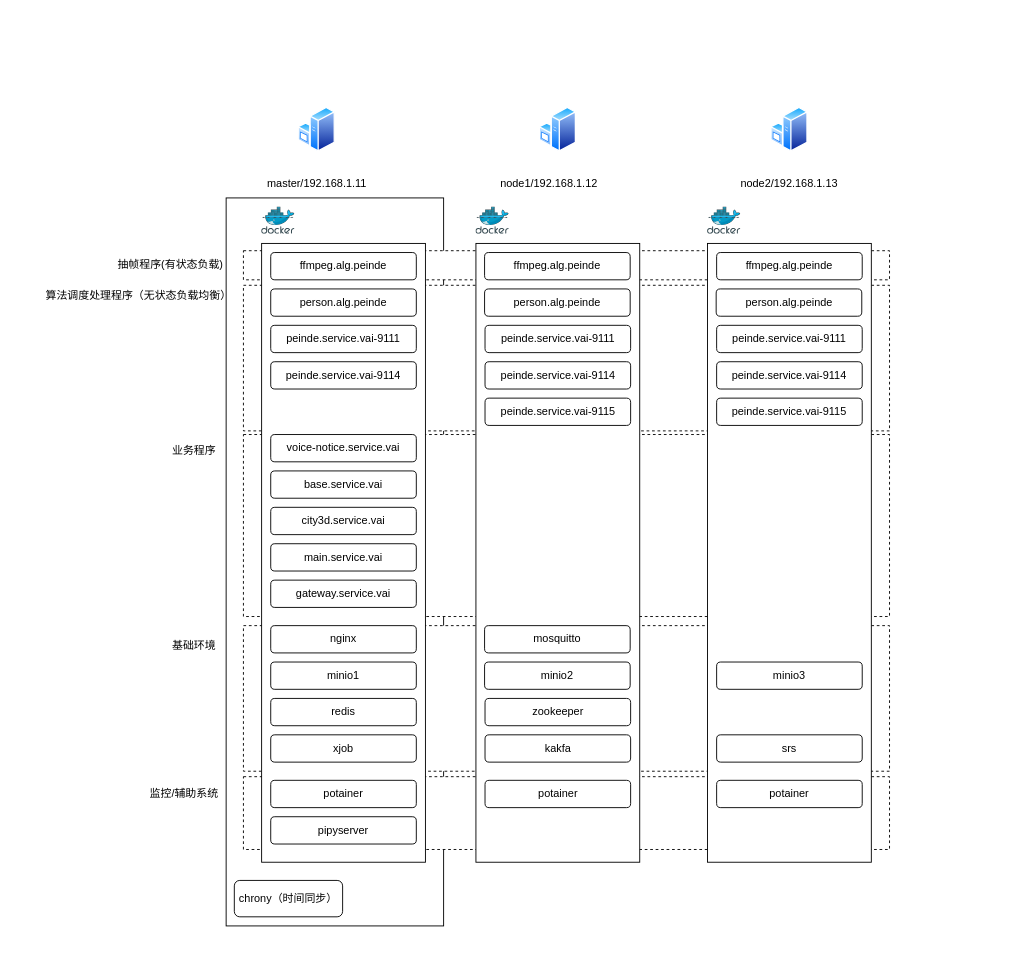
liz2m/draw.images keeps this draw.io diagram as 周界检测部署服务结构图.drawio. Above is the earlier version. Source tidied: cells renumbered, new cells numbered last; positions are measured from the earlier drawing's top-left corner, leaving out a move shared by most shapes. Both pictures are drawn from the tidied source at 91%, with x=0, y=0 at pixel (43, 106).
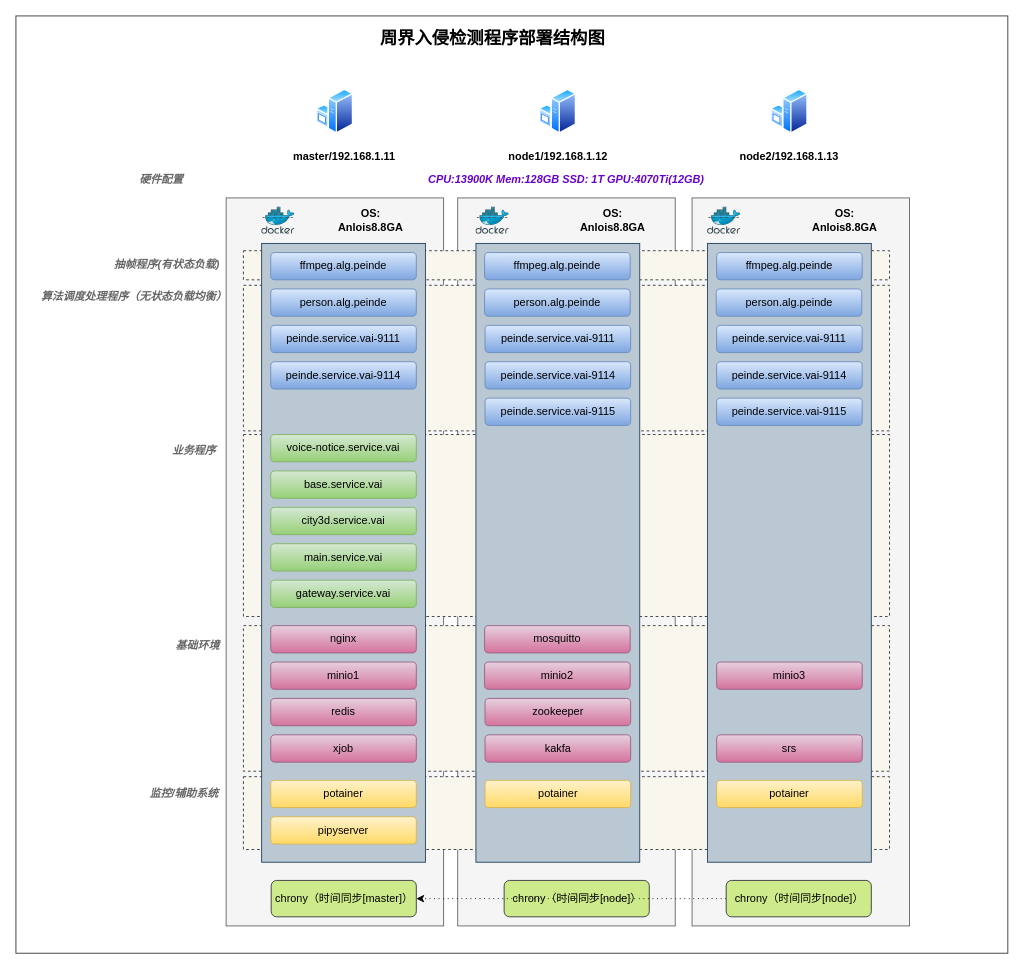
The same page after the edit.

Commit message:
Update 周界检测部署服务结构图.drawio

What changed in the source:
```diff
@@
+    <mxCell id="60" style="rounded=0;whiteSpace=wrap;html=1;fillColor=#FFFFFF;strokeColor=#36393d;" parent="1" vertex="1">
+      <mxGeometry x="-30" y="-100" width="1090" height="1030" as="geometry" />
+    </mxCell>
+    <mxCell id="61" style="rounded=0;whiteSpace=wrap;html=1;fillColor=#f5f5f5;fontColor=#333333;strokeColor=#666666;" parent="1" vertex="1">
+      <mxGeometry x="713" y="100" width="239" height="800" as="geometry" />
+    </mxCell>
+    <mxCell id="62" style="rounded=0;whiteSpace=wrap;html=1;fillColor=#f5f5f5;fontColor=#333333;strokeColor=#666666;" parent="1" vertex="1">
+      <mxGeometry x="455.5" y="100" width="239" height="800" as="geometry" />
+    </mxCell>
-    <mxCell id="2" style="rounded=0;whiteSpace=wrap;html=1;" parent="1" vertex="1">
+    <mxCell id="2" style="rounded=0;whiteSpace=wrap;html=1;fillColor=#f5f5f5;fontColor=#333333;strokeColor=#666666;" parent="1" vertex="1">
       <mxGeometry x="201" y="100" width="239" height="800" as="geometry" />
     </mxCell>
-    <mxCell id="3" style="rounded=0;whiteSpace=wrap;html=1;dashed=1;" parent="1" vertex="1">
+    <mxCell id="3" style="rounded=0;whiteSpace=wrap;html=1;dashed=1;fillColor=#f9f7ed;strokeColor=#36393d;" parent="1" vertex="1">
       <mxGeometry x="220" y="736" width="710" height="80" as="geometry" />
     </mxCell>
-    <mxCell id="4" style="rounded=0;whiteSpace=wrap;html=1;dashed=1;" parent="1" vertex="1">
+    <mxCell id="4" style="rounded=0;whiteSpace=wrap;html=1;dashed=1;fillColor=#f9f7ed;strokeColor=#36393d;" parent="1" vertex="1">
       <mxGeometry x="220" y="570" width="710" height="160" as="geometry" />
     </mxCell>
-    <mxCell id="5" style="rounded=0;whiteSpace=wrap;html=1;dashed=1;" parent="1" vertex="1">
+    <mxCell id="5" style="rounded=0;whiteSpace=wrap;html=1;dashed=1;fillColor=#f9f7ed;strokeColor=#36393d;" parent="1" vertex="1">
       <mxGeometry x="220" y="360" width="710" height="200" as="geometry" />
     </mxCell>
-    <mxCell id="6" style="rounded=0;whiteSpace=wrap;html=1;dashed=1;" parent="1" vertex="1">
+    <mxCell id="6" style="rounded=0;whiteSpace=wrap;html=1;dashed=1;fillColor=#f9f7ed;strokeColor=#36393d;" parent="1" vertex="1">
       <mxGeometry x="220" y="158" width="710" height="32" as="geometry" />
     </mxCell>
-    <mxCell id="7" style="rounded=0;whiteSpace=wrap;html=1;dashed=1;" parent="1" vertex="1">
+    <mxCell id="7" style="rounded=0;whiteSpace=wrap;html=1;dashed=1;fillColor=#f9f7ed;strokeColor=#36393d;" parent="1" vertex="1">
       <mxGeometry x="220" y="196" width="710" height="160" as="geometry" />
     </mxCell>
-    <mxCell id="8" style="rounded=0;whiteSpace=wrap;html=1;" parent="1" vertex="1">
+    <mxCell id="8" style="rounded=0;whiteSpace=wrap;html=1;fillColor=#bac8d3;strokeColor=#23445d;" parent="1" vertex="1">
       <mxGeometry x="240" y="150" width="180" height="680" as="geometry" />
     </mxCell>
-    <mxCell id="9" style="rounded=0;whiteSpace=wrap;html=1;" parent="1" vertex="1">
+    <mxCell id="9" style="rounded=0;whiteSpace=wrap;html=1;fillColor=#bac8d3;strokeColor=#23445d;" parent="1" vertex="1">
       <mxGeometry x="475.5" y="150" width="180" height="680" as="geometry" />
     </mxCell>
-    <mxCell id="10" style="rounded=0;whiteSpace=wrap;html=1;" parent="1" vertex="1">
+    <mxCell id="10" style="rounded=0;whiteSpace=wrap;html=1;fillColor=#bac8d3;strokeColor=#23445d;" parent="1" vertex="1">
       <mxGeometry x="730" y="150" width="180" height="680" as="geometry" />
     </mxCell>
@@
     <mxCell id="12" style="image;perimeter=ellipsePerimeter;html=1;align=center;shadow=0;dashed=0;spacingTop=3;image=img/lib/active_directory/windows_server.svg;" parent="1" vertex="1">
-      <mxGeometry x="280" width="41" height="50" as="geometry" />
+      <mxGeometry x="300" y="-20" width="41" height="50" as="geometry" />
     </mxCell>
     <mxCell id="13" style="image;perimeter=ellipsePerimeter;html=1;align=center;shadow=0;dashed=0;spacingTop=3;image=img/lib/active_directory/windows_server.svg;" parent="1" vertex="1">
-      <mxGeometry x="545" width="41" height="50" as="geometry" />
+      <mxGeometry x="545" y="-20" width="41" height="50" as="geometry" />
     </mxCell>
     <mxCell id="14" style="image;perimeter=ellipsePerimeter;html=1;align=center;shadow=0;dashed=0;spacingTop=3;image=img/lib/active_directory/windows_server.svg;" parent="1" vertex="1">
-      <mxGeometry x="799.5" width="41" height="50" as="geometry" />
+      <mxGeometry x="799.5" y="-20" width="41" height="50" as="geometry" />
     </mxCell>
-    <mxCell id="15" value="master/192.168.1.11" style="text;html=1;strokeColor=none;fillColor=none;align=center;verticalAlign=middle;whiteSpace=wrap;rounded=0;" parent="1" vertex="1">
-      <mxGeometry x="270.5" y="70" width="60" height="30" as="geometry" />
+    <mxCell id="15" value="master/192.168.1.11" style="text;html=1;strokeColor=none;fillColor=none;align=center;verticalAlign=middle;whiteSpace=wrap;rounded=0;fontStyle=1;" parent="1" vertex="1">
+      <mxGeometry x="245.5" y="40" width="169.5" height="30" as="geometry" />
     </mxCell>
-    <mxCell id="16" value="node1/192.168.1.12" style="text;html=1;strokeColor=none;fillColor=none;align=center;verticalAlign=middle;whiteSpace=wrap;rounded=0;" parent="1" vertex="1">
-      <mxGeometry x="526" y="70" width="60" height="30" as="geometry" />
+    <mxCell id="16" value="node1/192.168.1.12" style="text;html=1;strokeColor=none;fillColor=none;align=center;verticalAlign=middle;whiteSpace=wrap;rounded=0;fontStyle=1;" parent="1" vertex="1">
+      <mxGeometry x="535.5" y="40" width="60" height="30" as="geometry" />
     </mxCell>
-    <mxCell id="17" value="node2/192.168.1.13" style="text;html=1;strokeColor=none;fillColor=none;align=center;verticalAlign=middle;whiteSpace=wrap;rounded=0;" parent="1" vertex="1">
-      <mxGeometry x="790" y="70" width="60" height="30" as="geometry" />
+    <mxCell id="17" value="node2/192.168.1.13" style="text;html=1;strokeColor=none;fillColor=none;align=center;verticalAlign=middle;whiteSpace=wrap;rounded=0;fontStyle=1;" parent="1" vertex="1">
+      <mxGeometry x="790" y="40" width="60" height="30" as="geometry" />
     </mxCell>
-    <mxCell id="18" value="ffmpeg.alg.peinde" style="rounded=1;whiteSpace=wrap;html=1;" parent="1" vertex="1">
+    <mxCell id="18" value="ffmpeg.alg.peinde" style="rounded=1;whiteSpace=wrap;html=1;fillColor=#dae8fc;gradientColor=#7ea6e0;strokeColor=#6c8ebf;" parent="1" vertex="1">
       <mxGeometry x="250" y="160" width="160" height="30" as="geometry" />
     </mxCell>
-    <mxCell id="19" value="person.alg.peinde" style="rounded=1;whiteSpace=wrap;html=1;" parent="1" vertex="1">
+    <mxCell id="19" value="person.alg.peinde" style="rounded=1;whiteSpace=wrap;html=1;fillColor=#dae8fc;gradientColor=#7ea6e0;strokeColor=#6c8ebf;" parent="1" vertex="1">
       <mxGeometry x="250" y="200" width="160" height="30" as="geometry" />
     </mxCell>
-    <mxCell id="20" value="peinde.service.vai-9111" style="rounded=1;whiteSpace=wrap;html=1;" parent="1" vertex="1">
+    <mxCell id="20" value="peinde.service.vai-9111" style="rounded=1;whiteSpace=wrap;html=1;fillColor=#dae8fc;gradientColor=#7ea6e0;strokeColor=#6c8ebf;" parent="1" vertex="1">
       <mxGeometry x="250" y="240" width="160" height="30" as="geometry" />
     </mxCell>
-    <mxCell id="21" value="peinde.service.vai-9114" style="rounded=1;whiteSpace=wrap;html=1;" parent="1" vertex="1">
+    <mxCell id="21" value="peinde.service.vai-9114" style="rounded=1;whiteSpace=wrap;html=1;fillColor=#dae8fc;gradientColor=#7ea6e0;strokeColor=#6c8ebf;" parent="1" vertex="1">
       <mxGeometry x="250" y="280" width="160" height="30" as="geometry" />
     </mxCell>
-    <mxCell id="22" value="voice-notice.service.vai" style="rounded=1;whiteSpace=wrap;html=1;" parent="1" vertex="1">
+    <mxCell id="22" value="voice-notice.service.vai" style="rounded=1;whiteSpace=wrap;html=1;fillColor=#d5e8d4;gradientColor=#97d077;strokeColor=#82b366;" parent="1" vertex="1">
       <mxGeometry x="250" y="360" width="160" height="30" as="geometry" />
     </mxCell>
-    <mxCell id="23" value="base.service.vai" style="rounded=1;whiteSpace=wrap;html=1;" parent="1" vertex="1">
+    <mxCell id="23" value="base.service.vai" style="rounded=1;whiteSpace=wrap;html=1;fillColor=#d5e8d4;gradientColor=#97d077;strokeColor=#82b366;" parent="1" vertex="1">
       <mxGeometry x="250" y="400" width="160" height="30" as="geometry" />
     </mxCell>
-    <mxCell id="24" value="city3d.service.vai" style="rounded=1;whiteSpace=wrap;html=1;" parent="1" vertex="1">
+    <mxCell id="24" value="city3d.service.vai" style="rounded=1;whiteSpace=wrap;html=1;fillColor=#d5e8d4;gradientColor=#97d077;strokeColor=#82b366;" parent="1" vertex="1">
       <mxGeometry x="250" y="440" width="160" height="30" as="geometry" />
     </mxCell>
-    <mxCell id="25" value="main.service.vai" style="rounded=1;whiteSpace=wrap;html=1;" parent="1" vertex="1">
+    <mxCell id="25" value="main.service.vai" style="rounded=1;whiteSpace=wrap;html=1;fillColor=#d5e8d4;gradientColor=#97d077;strokeColor=#82b366;" parent="1" vertex="1">
       <mxGeometry x="250" y="480" width="160" height="30" as="geometry" />
     </mxCell>
-    <mxCell id="26" value="gateway.service.vai" style="rounded=1;whiteSpace=wrap;html=1;" parent="1" vertex="1">
+    <mxCell id="26" value="gateway.service.vai" style="rounded=1;whiteSpace=wrap;html=1;fillColor=#d5e8d4;gradientColor=#97d077;strokeColor=#82b366;" parent="1" vertex="1">
       <mxGeometry x="250" y="520" width="160" height="30" as="geometry" />
     </mxCell>
-    <mxCell id="27" value="nginx" style="rounded=1;whiteSpace=wrap;html=1;" parent="1" vertex="1">
+    <mxCell id="27" value="nginx" style="rounded=1;whiteSpace=wrap;html=1;fillColor=#e6d0de;gradientColor=#d5739d;strokeColor=#996185;" parent="1" vertex="1">
       <mxGeometry x="250" y="570" width="160" height="30" as="geometry" />
     </mxCell>
-    <mxCell id="28" value="minio1" style="rounded=1;whiteSpace=wrap;html=1;" parent="1" vertex="1">
+    <mxCell id="28" value="minio1" style="rounded=1;whiteSpace=wrap;html=1;fillColor=#e6d0de;gradientColor=#d5739d;strokeColor=#996185;" parent="1" vertex="1">
       <mxGeometry x="250" y="610" width="160" height="30" as="geometry" />
     </mxCell>
-    <mxCell id="29" value="redis" style="rounded=1;whiteSpace=wrap;html=1;" parent="1" vertex="1">
+    <mxCell id="29" value="redis" style="rounded=1;whiteSpace=wrap;html=1;fillColor=#e6d0de;gradientColor=#d5739d;strokeColor=#996185;" parent="1" vertex="1">
       <mxGeometry x="250" y="650" width="160" height="30" as="geometry" />
     </mxCell>
-    <mxCell id="30" value="xjob" style="rounded=1;whiteSpace=wrap;html=1;" parent="1" vertex="1">
+    <mxCell id="30" value="xjob" style="rounded=1;whiteSpace=wrap;html=1;fillColor=#e6d0de;gradientColor=#d5739d;strokeColor=#996185;" parent="1" vertex="1">
       <mxGeometry x="250" y="690" width="160" height="30" as="geometry" />
     </mxCell>
-    <mxCell id="31" value="potainer" style="rounded=1;whiteSpace=wrap;html=1;" parent="1" vertex="1">
+    <mxCell id="31" value="potainer" style="rounded=1;whiteSpace=wrap;html=1;fillColor=#fff2cc;gradientColor=#ffd966;strokeColor=#d6b656;" parent="1" vertex="1">
       <mxGeometry x="250" y="740" width="160" height="30" as="geometry" />
     </mxCell>
-    <mxCell id="32" value="ffmpeg.alg.peinde" style="rounded=1;whiteSpace=wrap;html=1;" parent="1" vertex="1">
+    <mxCell id="32" value="ffmpeg.alg.peinde" style="rounded=1;whiteSpace=wrap;html=1;fillColor=#dae8fc;gradientColor=#7ea6e0;strokeColor=#6c8ebf;" parent="1" vertex="1">
       <mxGeometry x="485" y="160" width="160" height="30" as="geometry" />
     </mxCell>
-    <mxCell id="33" value="person.alg.peinde" style="rounded=1;whiteSpace=wrap;html=1;" parent="1" vertex="1">
+    <mxCell id="33" value="person.alg.peinde" style="rounded=1;whiteSpace=wrap;html=1;fillColor=#dae8fc;gradientColor=#7ea6e0;strokeColor=#6c8ebf;" parent="1" vertex="1">
       <mxGeometry x="485" y="200" width="160" height="30" as="geometry" />
     </mxCell>
-    <mxCell id="34" value="peinde.service.vai-9111" style="rounded=1;whiteSpace=wrap;html=1;" parent="1" vertex="1">
+    <mxCell id="34" value="peinde.service.vai-9111" style="rounded=1;whiteSpace=wrap;html=1;fillColor=#dae8fc;gradientColor=#7ea6e0;strokeColor=#6c8ebf;" parent="1" vertex="1">
       <mxGeometry x="485.5" y="240" width="160" height="30" as="geometry" />
     </mxCell>
-    <mxCell id="35" value="peinde.service.vai-9114" style="rounded=1;whiteSpace=wrap;html=1;" parent="1" vertex="1">
+    <mxCell id="35" value="peinde.service.vai-9114" style="rounded=1;whiteSpace=wrap;html=1;fillColor=#dae8fc;gradientColor=#7ea6e0;strokeColor=#6c8ebf;" parent="1" vertex="1">
       <mxGeometry x="485.5" y="280" width="160" height="30" as="geometry" />
     </mxCell>
-    <mxCell id="36" value="peinde.service.vai-9115" style="rounded=1;whiteSpace=wrap;html=1;" parent="1" vertex="1">
+    <mxCell id="36" value="peinde.service.vai-9115" style="rounded=1;whiteSpace=wrap;html=1;fillColor=#dae8fc;gradientColor=#7ea6e0;strokeColor=#6c8ebf;" parent="1" vertex="1">
       <mxGeometry x="485.5" y="320" width="160" height="30" as="geometry" />
     </mxCell>
-    <mxCell id="37" value="minio2" style="rounded=1;whiteSpace=wrap;html=1;" parent="1" vertex="1">
+    <mxCell id="37" value="minio2" style="rounded=1;whiteSpace=wrap;html=1;fillColor=#e6d0de;gradientColor=#d5739d;strokeColor=#996185;" parent="1" vertex="1">
       <mxGeometry x="485" y="610" width="160" height="30" as="geometry" />
     </mxCell>
@@
-    <mxCell id="39" value="mosquitto" style="rounded=1;whiteSpace=wrap;html=1;" parent="1" vertex="1">
+    <mxCell id="39" value="mosquitto" style="rounded=1;whiteSpace=wrap;html=1;fillColor=#e6d0de;gradientColor=#d5739d;strokeColor=#996185;" parent="1" vertex="1">
       <mxGeometry x="485" y="570" width="160" height="30" as="geometry" />
     </mxCell>
-    <mxCell id="40" value="zookeeper" style="rounded=1;whiteSpace=wrap;html=1;" parent="1" vertex="1">
+    <mxCell id="40" value="zookeeper" style="rounded=1;whiteSpace=wrap;html=1;fillColor=#e6d0de;gradientColor=#d5739d;strokeColor=#996185;" parent="1" vertex="1">
       <mxGeometry x="485.5" y="650" width="160" height="30" as="geometry" />
     </mxCell>
-    <mxCell id="41" value="kakfa" style="rounded=1;whiteSpace=wrap;html=1;" parent="1" vertex="1">
+    <mxCell id="41" value="kakfa" style="rounded=1;whiteSpace=wrap;html=1;fillColor=#e6d0de;gradientColor=#d5739d;strokeColor=#996185;" parent="1" vertex="1">
       <mxGeometry x="485.5" y="690" width="160" height="30" as="geometry" />
     </mxCell>
-    <mxCell id="42" value="ffmpeg.alg.peinde" style="rounded=1;whiteSpace=wrap;html=1;" parent="1" vertex="1">
+    <mxCell id="42" value="ffmpeg.alg.peinde" style="rounded=1;whiteSpace=wrap;html=1;fillColor=#dae8fc;gradientColor=#7ea6e0;strokeColor=#6c8ebf;" parent="1" vertex="1">
       <mxGeometry x="740" y="160" width="160" height="30" as="geometry" />
     </mxCell>
-    <mxCell id="43" value="person.alg.peinde" style="rounded=1;whiteSpace=wrap;html=1;" parent="1" vertex="1">
+    <mxCell id="43" value="person.alg.peinde" style="rounded=1;whiteSpace=wrap;html=1;fillColor=#dae8fc;gradientColor=#7ea6e0;strokeColor=#6c8ebf;" parent="1" vertex="1">
       <mxGeometry x="739.5" y="200" width="160" height="30" as="geometry" />
     </mxCell>
-    <mxCell id="44" value="peinde.service.vai-9111" style="rounded=1;whiteSpace=wrap;html=1;" parent="1" vertex="1">
+    <mxCell id="44" value="peinde.service.vai-9111" style="rounded=1;whiteSpace=wrap;html=1;fillColor=#dae8fc;gradientColor=#7ea6e0;strokeColor=#6c8ebf;" parent="1" vertex="1">
       <mxGeometry x="740" y="240" width="160" height="30" as="geometry" />
     </mxCell>
-    <mxCell id="45" value="peinde.service.vai-9114" style="rounded=1;whiteSpace=wrap;html=1;" parent="1" vertex="1">
+    <mxCell id="45" value="peinde.service.vai-9114" style="rounded=1;whiteSpace=wrap;html=1;fillColor=#dae8fc;gradientColor=#7ea6e0;strokeColor=#6c8ebf;" parent="1" vertex="1">
       <mxGeometry x="740" y="280" width="160" height="30" as="geometry" />
     </mxCell>
-    <mxCell id="46" value="peinde.service.vai-9115" style="rounded=1;whiteSpace=wrap;html=1;" parent="1" vertex="1">
+    <mxCell id="46" value="peinde.service.vai-9115" style="rounded=1;whiteSpace=wrap;html=1;fillColor=#dae8fc;gradientColor=#7ea6e0;strokeColor=#6c8ebf;" parent="1" vertex="1">
       <mxGeometry x="740" y="320" width="160" height="30" as="geometry" />
     </mxCell>
@@
-    <mxCell id="49" value="minio3" style="rounded=1;whiteSpace=wrap;html=1;" parent="1" vertex="1">
+    <mxCell id="49" value="minio3" style="rounded=1;whiteSpace=wrap;html=1;fillColor=#e6d0de;gradientColor=#d5739d;strokeColor=#996185;" parent="1" vertex="1">
       <mxGeometry x="740" y="610" width="160" height="30" as="geometry" />
     </mxCell>
-    <mxCell id="50" value="srs" style="rounded=1;whiteSpace=wrap;html=1;" parent="1" vertex="1">
+    <mxCell id="50" value="srs" style="rounded=1;whiteSpace=wrap;html=1;fillColor=#e6d0de;gradientColor=#d5739d;strokeColor=#996185;" parent="1" vertex="1">
       <mxGeometry x="740" y="690" width="160" height="30" as="geometry" />
     </mxCell>
-    <mxCell id="51" value="抽帧程序(有状态负载)" style="text;html=1;strokeColor=none;fillColor=none;align=center;verticalAlign=middle;whiteSpace=wrap;rounded=0;" parent="1" vertex="1">
-      <mxGeometry x="70" y="160" width="140" height="28" as="geometry" />
+    <mxCell id="51" value="抽帧程序(有状态负载)" style="text;html=1;strokeColor=none;fillColor=none;align=center;verticalAlign=middle;whiteSpace=wrap;rounded=0;fontStyle=3;fontColor=#666666;" parent="1" vertex="1">
+      <mxGeometry x="66" y="160" width="140" height="28" as="geometry" />
     </mxCell>
-    <mxCell id="52" value="算法调度处理程序（无状态负载均衡）" style="text;html=1;strokeColor=none;fillColor=none;align=center;verticalAlign=middle;whiteSpace=wrap;rounded=0;" parent="1" vertex="1">
-      <mxGeometry y="190" width="210" height="36" as="geometry" />
+    <mxCell id="52" value="算法调度处理程序（无状态负载均衡）" style="text;html=1;strokeColor=none;fillColor=none;align=center;verticalAlign=middle;whiteSpace=wrap;rounded=0;fontStyle=3;fontColor=#666666;" parent="1" vertex="1">
+      <mxGeometry x="-5" y="191" width="210" height="36" as="geometry" />
     </mxCell>
-    <mxCell id="53" value="业务程序" style="text;html=1;strokeColor=none;fillColor=none;align=center;verticalAlign=middle;whiteSpace=wrap;rounded=0;" parent="1" vertex="1">
+    <mxCell id="53" value="业务程序" style="text;html=1;strokeColor=none;fillColor=none;align=center;verticalAlign=middle;whiteSpace=wrap;rounded=0;fontStyle=3;fontColor=#666666;" parent="1" vertex="1">
       <mxGeometry x="60.5" y="360" width="210" height="36" as="geometry" />
     </mxCell>
-    <mxCell id="54" value="基础环境" style="text;html=1;strokeColor=none;fillColor=none;align=center;verticalAlign=middle;whiteSpace=wrap;rounded=0;" parent="1" vertex="1">
-      <mxGeometry x="60.5" y="574" width="210" height="36" as="geometry" />
+    <mxCell id="54" value="基础环境" style="text;html=1;strokeColor=none;fillColor=none;align=center;verticalAlign=middle;whiteSpace=wrap;rounded=0;fontStyle=3;labelBorderColor=none;fontColor=#666666;" parent="1" vertex="1">
+      <mxGeometry x="64.5" y="574" width="210" height="36" as="geometry" />
     </mxCell>
-    <mxCell id="55" value="chrony（时间同步）" style="rounded=1;whiteSpace=wrap;html=1;" parent="1" vertex="1">
-      <mxGeometry x="210" y="850" width="119" height="40" as="geometry" />
+    <mxCell id="55" value="chrony（时间同步[master]）" style="rounded=1;whiteSpace=wrap;html=1;fillColor=#cdeb8b;strokeColor=#36393d;" parent="1" vertex="1">
+      <mxGeometry x="250.5" y="850" width="159.5" height="40" as="geometry" />
     </mxCell>
-    <mxCell id="56" value="pipyserver" style="rounded=1;whiteSpace=wrap;html=1;" parent="1" vertex="1">
+    <mxCell id="56" value="pipyserver" style="rounded=1;whiteSpace=wrap;html=1;fillColor=#fff2cc;gradientColor=#ffd966;strokeColor=#d6b656;" parent="1" vertex="1">
       <mxGeometry x="250" y="780" width="160" height="30" as="geometry" />
     </mxCell>
-    <mxCell id="57" value="potainer" style="rounded=1;whiteSpace=wrap;html=1;" parent="1" vertex="1">
+    <mxCell id="57" value="potainer" style="rounded=1;whiteSpace=wrap;html=1;fillColor=#fff2cc;gradientColor=#ffd966;strokeColor=#d6b656;" parent="1" vertex="1">
       <mxGeometry x="485.5" y="740" width="160" height="30" as="geometry" />
     </mxCell>
-    <mxCell id="58" value="potainer" style="rounded=1;whiteSpace=wrap;html=1;" parent="1" vertex="1">
+    <mxCell id="58" value="potainer" style="rounded=1;whiteSpace=wrap;html=1;fillColor=#fff2cc;gradientColor=#ffd966;strokeColor=#d6b656;" parent="1" vertex="1">
       <mxGeometry x="740" y="740" width="160" height="30" as="geometry" />
     </mxCell>
-    <mxCell id="59" value="监控/辅助系统" style="text;html=1;strokeColor=none;fillColor=none;align=center;verticalAlign=middle;whiteSpace=wrap;rounded=0;" parent="1" vertex="1">
+    <mxCell id="59" value="监控/辅助系统" style="text;html=1;strokeColor=none;fillColor=none;align=center;verticalAlign=middle;whiteSpace=wrap;rounded=0;fontStyle=3;fontColor=#666666;" parent="1" vertex="1">
       <mxGeometry x="50" y="737" width="210" height="36" as="geometry" />
     </mxCell>
+    <mxCell id="63" value="OS: Anlois8.8GA" style="text;html=1;strokeColor=none;fillColor=none;align=center;verticalAlign=middle;whiteSpace=wrap;rounded=0;fontStyle=1;" parent="1" vertex="1">
+      <mxGeometry x="320" y="110" width="80" height="30" as="geometry" />
+    </mxCell>
+    <mxCell id="64" value="OS: Anlois8.8GA" style="text;html=1;strokeColor=none;fillColor=none;align=center;verticalAlign=middle;whiteSpace=wrap;rounded=0;fontStyle=1;" parent="1" vertex="1">
+      <mxGeometry x="586" y="110" width="80" height="30" as="geometry" />
+    </mxCell>
+    <mxCell id="65" value="chrony（时间同步[node]）" style="rounded=1;whiteSpace=wrap;html=1;fillColor=#cdeb8b;strokeColor=#36393d;" parent="1" vertex="1">
+      <mxGeometry x="506.5" y="850" width="159.5" height="40" as="geometry" />
+    </mxCell>
+    <mxCell id="66" value="OS: Anlois8.8GA" style="text;html=1;strokeColor=none;fillColor=none;align=center;verticalAlign=middle;whiteSpace=wrap;rounded=0;fontStyle=1;" parent="1" vertex="1">
+      <mxGeometry x="840.5" y="110" width="80" height="30" as="geometry" />
+    </mxCell>
+    <mxCell id="67" style="edgeStyle=orthogonalEdgeStyle;rounded=0;jettySize=auto;html=1;dashed=1;dashPattern=1 4;" parent="1" edge="1" source="68" target="55">
+      <mxGeometry relative="1" as="geometry" />
+    </mxCell>
+    <mxCell id="68" value="chrony（时间同步[node]）" style="rounded=1;whiteSpace=wrap;html=1;fillColor=#cdeb8b;strokeColor=#36393d;" parent="1" vertex="1">
+      <mxGeometry x="750.5" y="850" width="159.5" height="40" as="geometry" />
+    </mxCell>
+    <mxCell id="69" value="CPU:13900K Mem:128GB SSD: 1T GPU:4070Ti(12GB)" style="text;html=1;strokeColor=none;fillColor=none;align=center;verticalAlign=middle;whiteSpace=wrap;rounded=0;fontStyle=3;fontColor=#6600CC;" parent="1" vertex="1">
+      <mxGeometry x="200" y="60" width="750" height="40" as="geometry" />
+    </mxCell>
+    <mxCell id="70" value="硬件配置" style="text;html=1;strokeColor=none;fillColor=none;align=center;verticalAlign=middle;whiteSpace=wrap;rounded=0;fontStyle=3;fontColor=#666666;" parent="1" vertex="1">
+      <mxGeometry x="60" y="66" width="140" height="28" as="geometry" />
+    </mxCell>
+    <mxCell id="71" value="周界入侵检测程序部署结构图" style="text;html=1;strokeColor=none;fillColor=none;align=center;verticalAlign=middle;whiteSpace=wrap;rounded=0;fontSize=19;fontStyle=1;" parent="1" vertex="1">
+      <mxGeometry x="358.8" y="-90" width="270" height="30" as="geometry" />
+    </mxCell>
```
